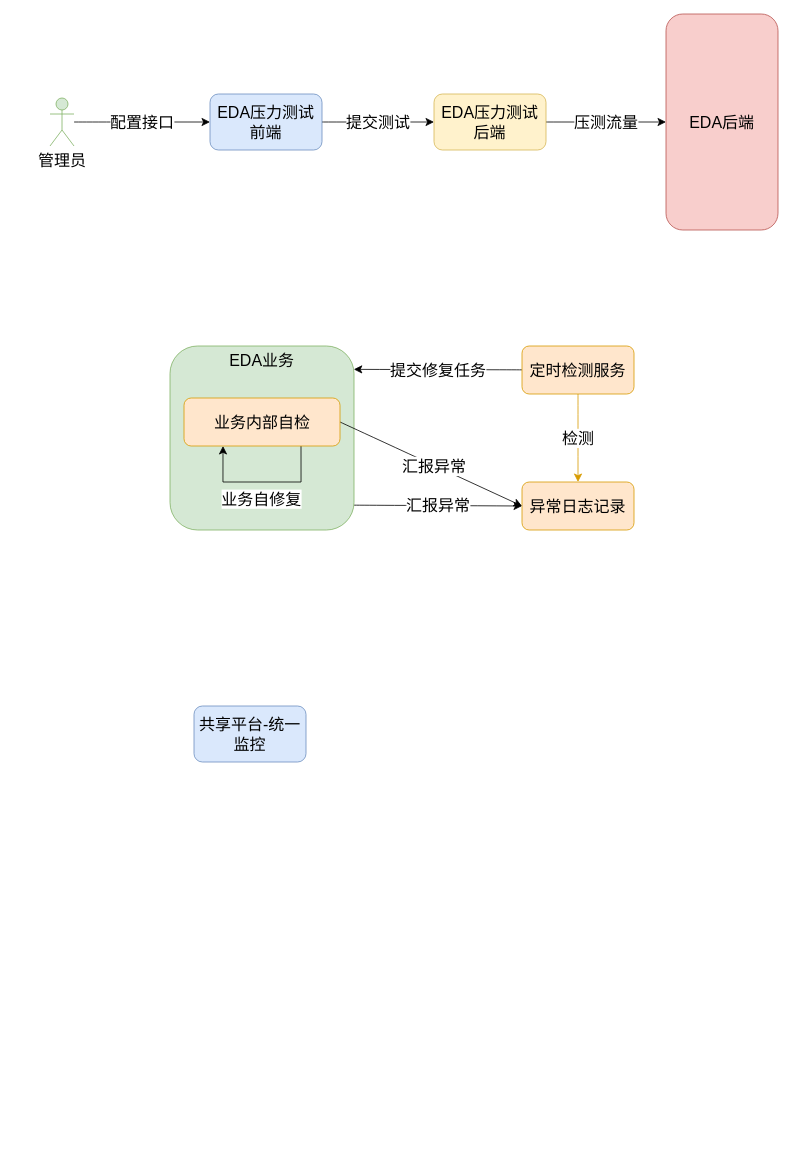
Earlier version of the draw.io diagram page "非功能" (5 of 6) of eda_platform.drawio (kwhitestone/drawio). Source tidied: cells renumbered, new cells numbered last; positions are measured from the earlier drawing's top-left corner, leaving out a move shared by most shapes. Both pictures are drawn from the tidied source at 80%, with x=0, y=0 at pixel (50, 14).
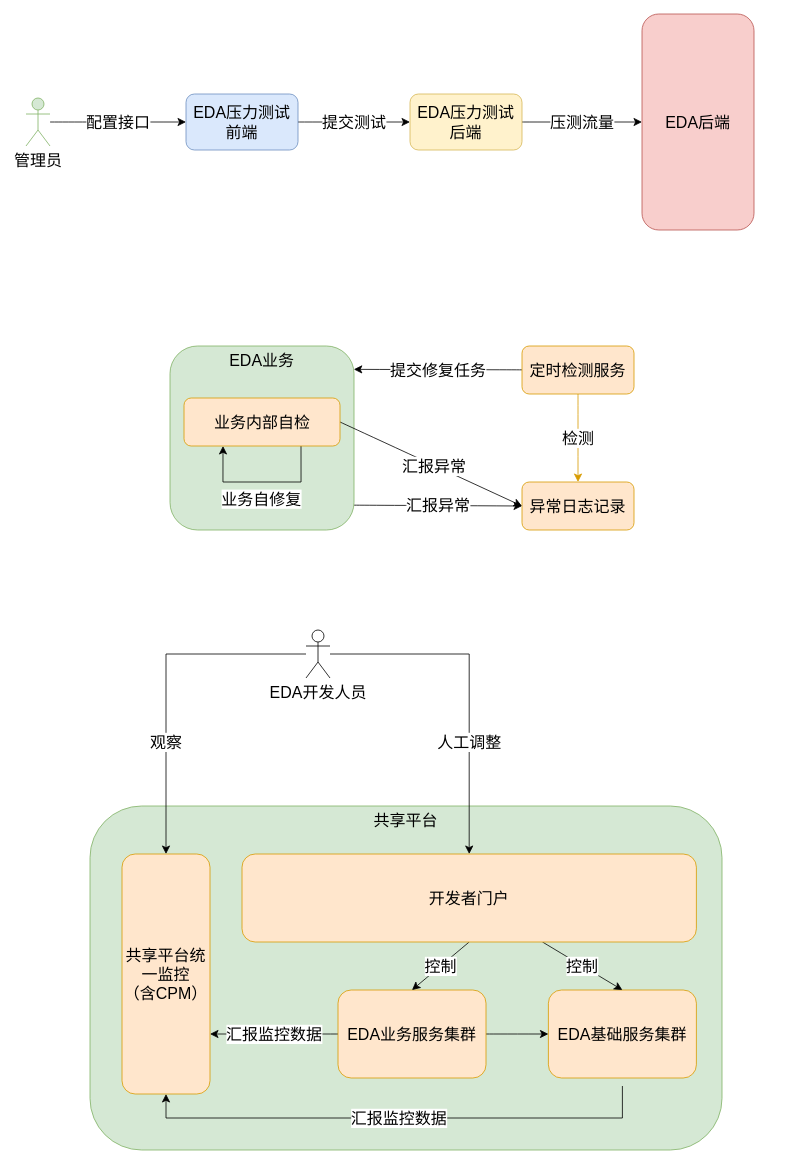
After the change.

Change to the diagram source:
```diff
@@
     <mxCell id="3" value="EDA压力测试前端" style="rounded=1;whiteSpace=wrap;html=1;fillColor=#dae8fc;strokeColor=#6c8ebf;fontSize=20;" parent="1" vertex="1">
-      <mxGeometry x="200" y="100" width="140" height="70" as="geometry" />
+      <mxGeometry x="170" y="100" width="140" height="70" as="geometry" />
     </mxCell>
@@
     <mxCell id="5" value="EDA压力测试后端" style="rounded=1;whiteSpace=wrap;html=1;fillColor=#fff2cc;strokeColor=#d6b656;fontSize=20;" parent="1" vertex="1">
-      <mxGeometry x="480" y="100" width="140" height="70" as="geometry" />
+      <mxGeometry x="450" y="100" width="140" height="70" as="geometry" />
     </mxCell>
@@
     <mxCell id="7" value="管理员" style="shape=umlActor;verticalLabelPosition=bottom;verticalAlign=top;html=1;outlineConnect=0;fillColor=#d5e8d4;strokeColor=#82b366;fontSize=20;" parent="1" vertex="1">
-      <mxGeometry y="105" width="30" height="60" as="geometry" />
+      <mxGeometry x="-30" y="105" width="30" height="60" as="geometry" />
     </mxCell>
     <mxCell id="8" value="EDA后端" style="rounded=1;whiteSpace=wrap;html=1;fillColor=#f8cecc;strokeColor=#b85450;fontSize=20;" parent="1" vertex="1">
-      <mxGeometry x="770" width="140" height="270" as="geometry" />
+      <mxGeometry x="740" width="140" height="270" as="geometry" />
     </mxCell>
@@
+    <mxCell id="20" value="共享平台" style="rounded=1;whiteSpace=wrap;html=1;verticalAlign=top;fontSize=20;fillColor=#d5e8d4;strokeColor=#82b366;" parent="1" vertex="1">
+      <mxGeometry x="50" y="990" width="790" height="430" as="geometry" />
+    </mxCell>
-    <mxCell id="19" value="共享平台-统一监控" style="rounded=1;whiteSpace=wrap;html=1;fillColor=#dae8fc;strokeColor=#6c8ebf;fontSize=20;" parent="1" vertex="1">
-      <mxGeometry x="180" y="865" width="140" height="70" as="geometry" />
+    <mxCell id="19" value="共享平台统一监控&lt;br&gt;（含CPM）" style="rounded=1;whiteSpace=wrap;html=1;fillColor=#ffe6cc;strokeColor=#d79b00;fontSize=20;" parent="1" vertex="1">
+      <mxGeometry x="90" y="1050" width="110" height="300" as="geometry" />
     </mxCell>
+    <mxCell id="21" style="edgeStyle=none;curved=1;rounded=0;jettySize=auto;html=1;entryX=0;entryY=0.5;entryDx=0;entryDy=0;fontSize=20;startSize=8;endSize=8;" parent="1" edge="1" source="23" target="25">
+      <mxGeometry relative="1" as="geometry" />
+    </mxCell>
+    <mxCell id="22" value="汇报监控数据" style="edgeStyle=none;curved=1;rounded=0;jettySize=auto;html=1;entryX=1;entryY=0.75;entryDx=0;entryDy=0;fontSize=20;startSize=8;endSize=8;" parent="1" edge="1" source="23" target="19">
+      <mxGeometry relative="1" as="geometry" />
+    </mxCell>
+    <mxCell id="23" value="EDA业务服务集群" style="rounded=1;whiteSpace=wrap;html=1;fillColor=#ffe6cc;strokeColor=#d79b00;fontSize=20;" parent="1" vertex="1">
+      <mxGeometry x="360" y="1220" width="185" height="110" as="geometry" />
+    </mxCell>
+    <mxCell id="24" value="汇报监控数据" style="edgeStyle=orthogonalEdgeStyle;rounded=0;jettySize=auto;html=1;fontSize=20;startSize=8;endSize=8;entryX=0.5;entryY=1;entryDx=0;entryDy=0;" parent="1" edge="1" target="19">
+      <mxGeometry relative="1" as="geometry">
+        <mxPoint x="715.5" y="1340" as="sourcePoint" />
+        <Array as="points">
+          <mxPoint x="715" y="1380" />
+          <mxPoint x="145" y="1380" />
+        </Array>
+      </mxGeometry>
+    </mxCell>
+    <mxCell id="25" value="EDA基础服务集群" style="rounded=1;whiteSpace=wrap;html=1;fillColor=#ffe6cc;strokeColor=#d79b00;fontSize=20;" parent="1" vertex="1">
+      <mxGeometry x="623" y="1220" width="185" height="110" as="geometry" />
+    </mxCell>
+    <mxCell id="26" value="控制" style="edgeStyle=none;curved=1;rounded=0;jettySize=auto;html=1;entryX=0.5;entryY=0;entryDx=0;entryDy=0;fontSize=20;startSize=8;endSize=8;exitX=0.5;exitY=1;exitDx=0;exitDy=0;" parent="1" edge="1" source="28" target="23">
+      <mxGeometry relative="1" as="geometry" />
+    </mxCell>
+    <mxCell id="27" value="控制" style="edgeStyle=none;curved=1;rounded=0;jettySize=auto;html=1;entryX=0.5;entryY=0;entryDx=0;entryDy=0;fontSize=20;startSize=8;endSize=8;" parent="1" edge="1" source="28" target="25">
+      <mxGeometry relative="1" as="geometry" />
+    </mxCell>
+    <mxCell id="28" value="开发者门户" style="rounded=1;whiteSpace=wrap;html=1;fillColor=#ffe6cc;strokeColor=#d79b00;fontSize=20;" parent="1" vertex="1">
+      <mxGeometry x="240" y="1050" width="568" height="110" as="geometry" />
+    </mxCell>
+    <mxCell id="29" value="观察" style="edgeStyle=orthogonalEdgeStyle;rounded=0;jettySize=auto;html=1;entryX=0.5;entryY=0;entryDx=0;entryDy=0;fontSize=20;startSize=8;endSize=8;" parent="1" edge="1" source="31" target="19">
+      <mxGeometry x="0.34" relative="1" as="geometry" />
+    </mxCell>
+    <mxCell id="30" value="人工调整" style="edgeStyle=orthogonalEdgeStyle;rounded=0;jettySize=auto;html=1;entryX=0.5;entryY=0;entryDx=0;entryDy=0;fontSize=20;startSize=8;endSize=8;" parent="1" edge="1" source="31" target="28">
+      <mxGeometry x="0.34" relative="1" as="geometry">
+        <Array as="points">
+          <mxPoint x="524" y="800" />
+        </Array>
+      </mxGeometry>
+    </mxCell>
+    <mxCell id="31" value="EDA开发人员" style="shape=umlActor;verticalLabelPosition=bottom;verticalAlign=top;html=1;outlineConnect=0;fontSize=20;" parent="1" vertex="1">
+      <mxGeometry x="320" y="770" width="30" height="60" as="geometry" />
+    </mxCell>
```
